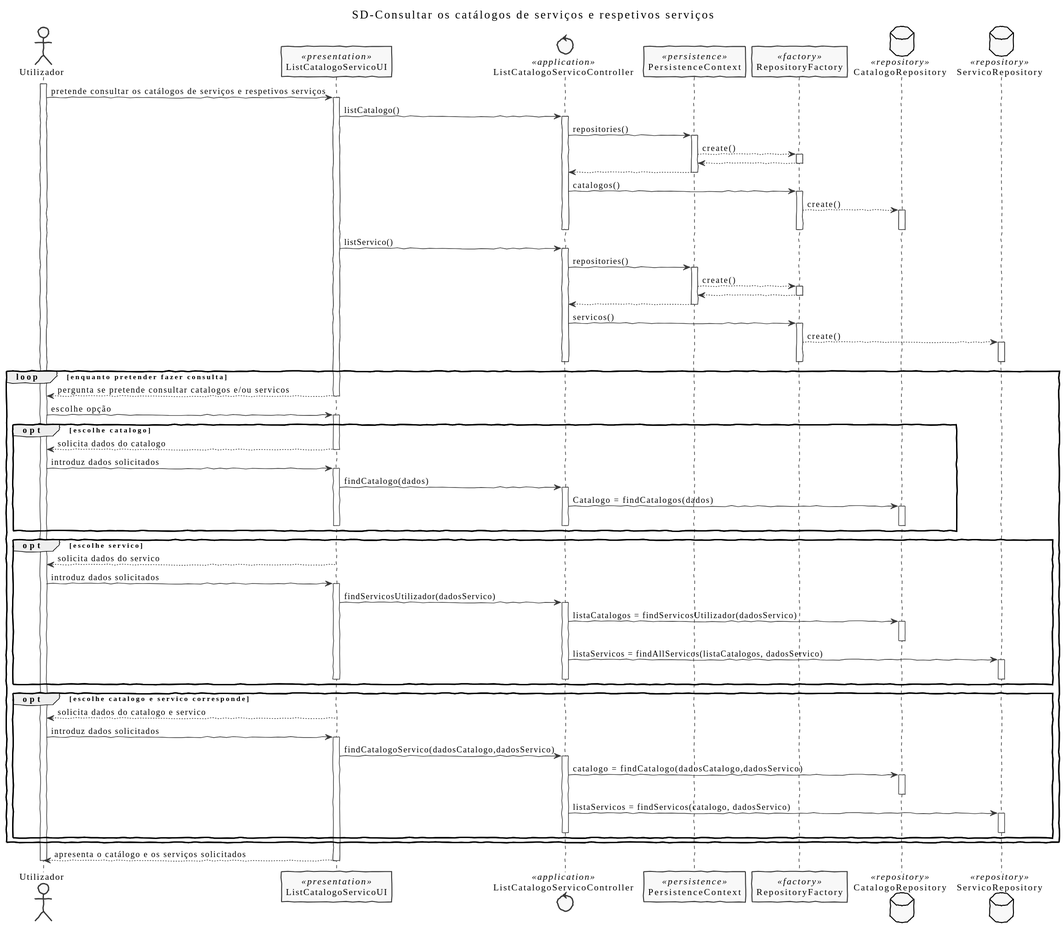
The PlantUML diagram docs/US3001/SD3001.svg in pedrolemos4/LAPR4, before a commit.
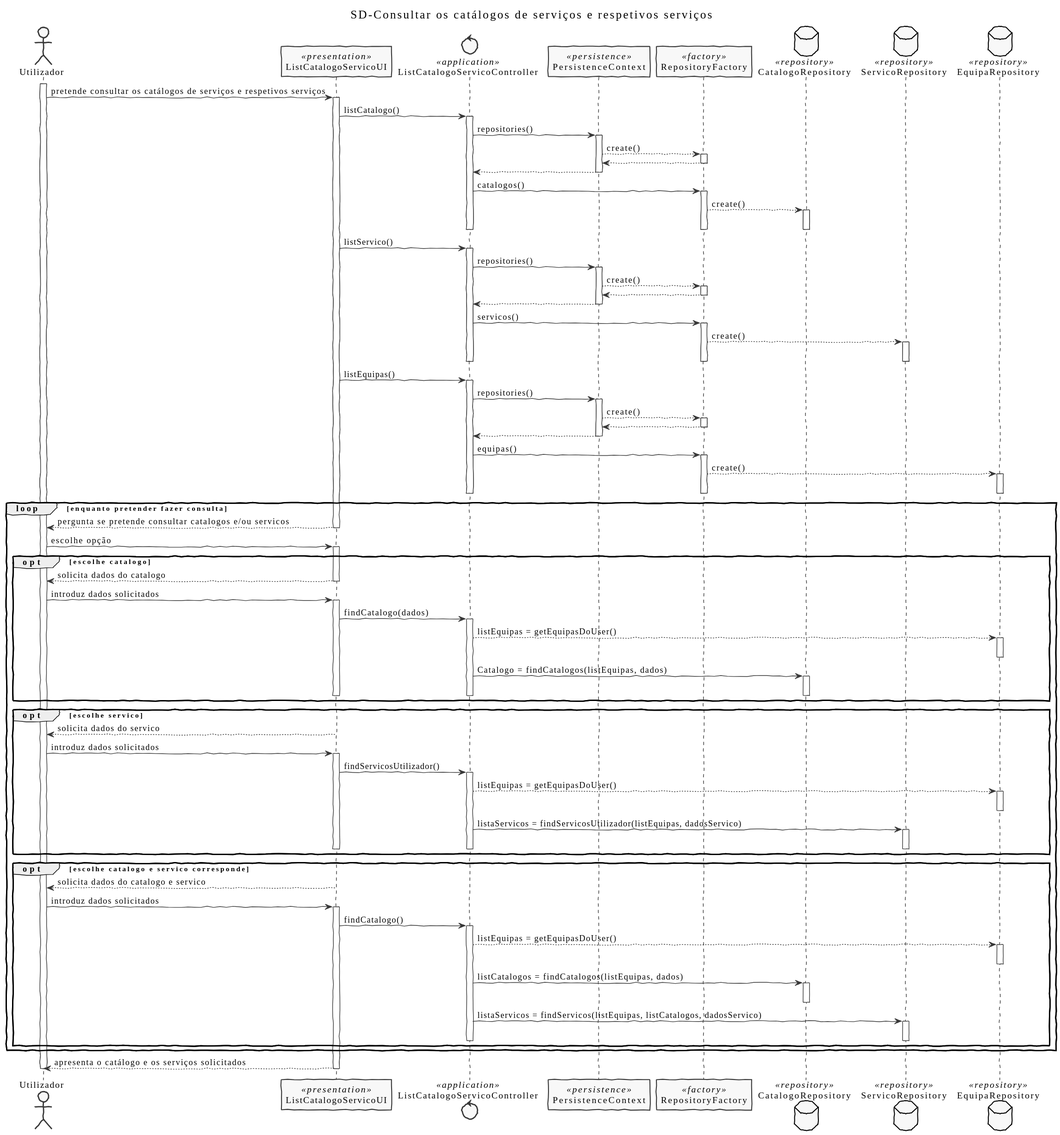
After the change.

Change to the diagram source:
```diff
@@ -15,7 +15,7 @@
 participant RepositoryFactory as Factory <<factory>>
 database CatalogoRepository as CRepository <<repository>>
 database ServicoRepository as  SRepository <<repository>>
-
+database EquipaRepository as  ERepository <<repository>>
 
 activate Actor
 Actor -> UI: pretende consultar os catálogos de serviços e respetivos serviços
@@ -53,7 +53,23 @@
             activate SRepository
             deactivate SRepository
         deactivate Factory
-
+    deactivate Controller
+    UI -> Controller: listEquipas()
+    activate Controller
+        Controller -> Persistence: repositories()
+        activate Persistence
+            Persistence --> Factory: create()
+            activate Factory
+                Factory --> Persistence:
+            deactivate Factory
+            Persistence --> Controller:
+        deactivate Persistence
+        Controller -> Factory: equipas()
+        activate Factory
+            Factory --> ERepository : create()
+            activate ERepository
+            deactivate ERepository
+        deactivate Factory
     deactivate Controller
     loop enquanto pretender fazer consulta
 UI --> Actor: pergunta se pretende consultar catalogos e/ou servicos
@@ -67,7 +83,10 @@
 activate UI
 UI -> Controller:  findCatalogo(dados)
     activate Controller
-        Controller -> CRepository: Catalogo  = findCatalogos(dados)
+        Controller --> ERepository: listEquipas = getEquipasDoUser()
+        activate ERepository
+        deactivate ERepository
+        Controller -> CRepository: Catalogo  = findCatalogos(listEquipas, dados)
         activate CRepository
         deactivate CRepository
     deactivate Controller
@@ -80,12 +99,12 @@
 deactivate UI
 Actor -> UI: introduz dados solicitados
 activate UI
-UI -> Controller:  findServicosUtilizador(dadosServico)
+UI -> Controller:  findServicosUtilizador()
     activate Controller
-        Controller -> CRepository: listaCatalogos  = findServicosUtilizador(dadosServico)
-            activate CRepository
-            deactivate CRepository
-        Controller -> SRepository: listaServicos = findAllServicos(listaCatalogos, dadosServico)
+        Controller --> ERepository: listEquipas = getEquipasDoUser()
+        activate ERepository
+        deactivate ERepository
+        Controller -> SRepository: listaServicos = findServicosUtilizador(listEquipas, dadosServico)
             activate SRepository
             deactivate SRepository
     deactivate Controller
@@ -98,12 +117,15 @@
 deactivate UI
 Actor -> UI: introduz dados solicitados
 activate UI
-UI -> Controller:  findCatalogoServico(dadosCatalogo,dadosServico)
+UI -> Controller:  findCatalogo()
     activate Controller
-        Controller -> CRepository: catalogo  = findCatalogo(dadosCatalogo,dadosServico)
+        Controller --> ERepository: listEquipas = getEquipasDoUser()
+        activate ERepository
+        deactivate ERepository
+    Controller -> CRepository: listCatalogos  = findCatalogos(listEquipas, dados)
         activate CRepository
         deactivate CRepository
-    Controller -> SRepository: listaServicos = findServicos(catalogo, dadosServico)
+    Controller -> SRepository: listaServicos = findServicos(listEquipas, listCatalogos, dadosServico)
         activate SRepository
         deactivate SRepository
     deactivate Controller
```
